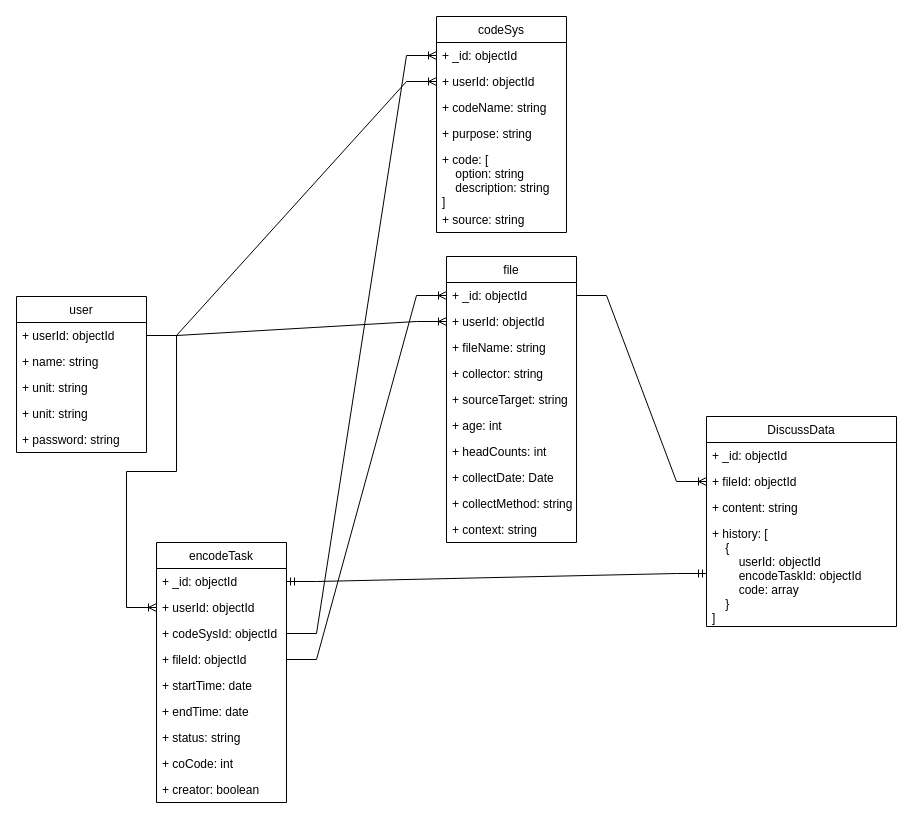
This is NLP.drawio from Zeng9898/argument-platform, a draw.io file, before an edit. Source tidied: cells renumbered, new cells numbered last; positions are measured from the earlier drawing's top-left corner, leaving out a move shared by most shapes. Both pictures are drawn from the tidied source at 100%, with x=0, y=0 at pixel (16, 16).
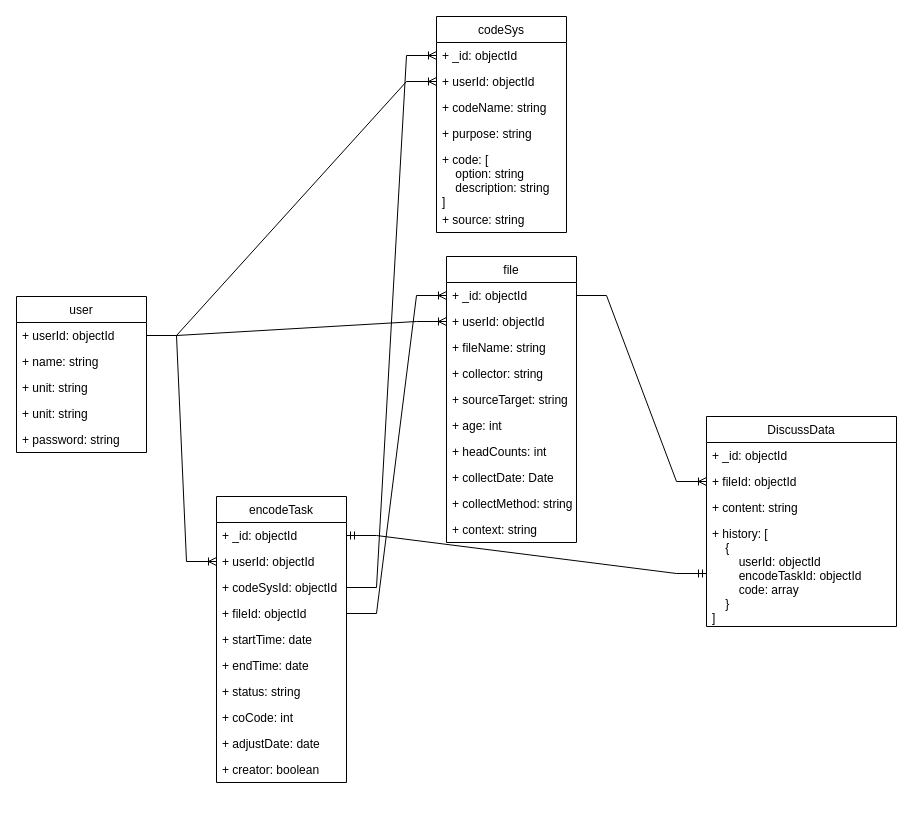
Above is the later version.

What changed in the source:
```diff
@@
     <mxCell id="28" value="encodeTask" style="swimlane;fontStyle=0;horizontal=1;startSize=26;fillColor=none;" parent="1" vertex="1">
-      <mxGeometry x="140" y="526" width="130" height="260" as="geometry" />
+      <mxGeometry x="200" y="480" width="130" height="286" as="geometry" />
     </mxCell>
@@
+    <mxCell id="48" value="+ adjustDate: date " style="text;strokeColor=none;fillColor=none;align=left;verticalAlign=top;spacingLeft=4;spacingRight=4;overflow=hidden;" parent="28" vertex="1">
+      <mxGeometry y="234" width="130" height="26" as="geometry" />
+    </mxCell>
     <mxCell id="37" value="+ creator: boolean" style="text;strokeColor=none;fillColor=none;align=left;verticalAlign=top;spacingLeft=4;spacingRight=4;overflow=hidden;" parent="28" vertex="1">
-      <mxGeometry y="234" width="130" height="26" as="geometry" />
+      <mxGeometry y="260" width="130" height="26" as="geometry" />
     </mxCell>
```
